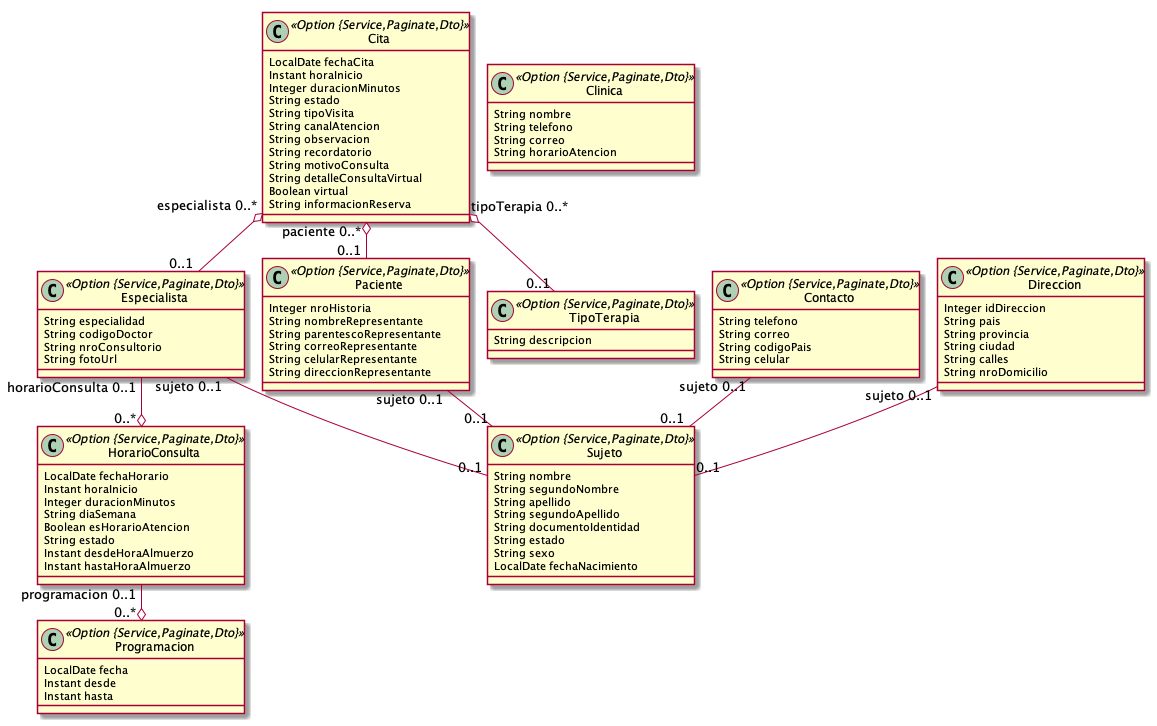
Before: modelado.png, a diagram exported from PlantUML (jayaleonardo/agendamiento).
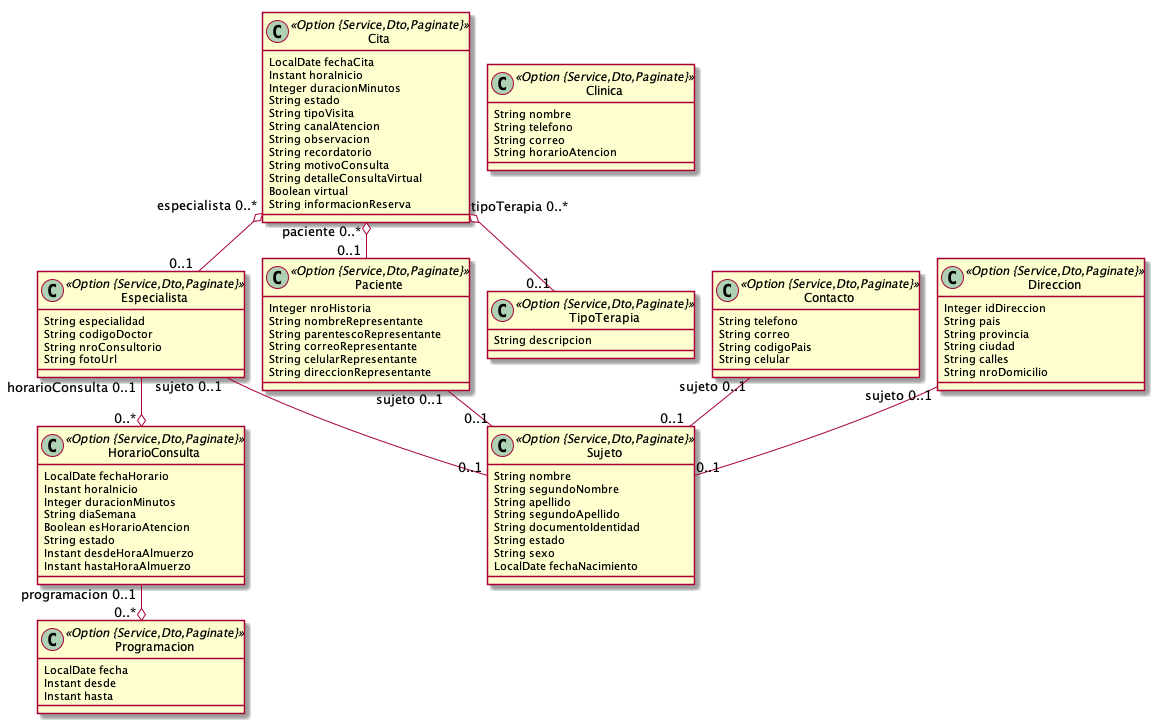
After the commit.

Diff of the diagram source:
```diff
@@ -1,7 +1,7 @@
 @startuml
 	!pragma layout smetana
 	!pragma syntax class
-	class Cita <<Option {Service,Paginate,Dto}>> {
+	class Cita <<Option {Service,Dto,Paginate}>> {
 		LocalDate fechaCita
 		Instant horaInicio
 		Integer duracionMinutos
@@ -15,7 +15,7 @@
 		Boolean virtual
 		String informacionReserva
 	}
-	class Paciente <<Option {Service,Paginate,Dto}>> {
+	class Paciente <<Option {Service,Dto,Paginate}>> {
 		Integer nroHistoria
 		String nombreRepresentante
 		String parentescoRepresentante
@@ -23,7 +23,7 @@
 		String celularRepresentante
 		String direccionRepresentante
 	}
-	class Sujeto <<Option {Service,Paginate,Dto}>> {
+	class Sujeto <<Option {Service,Dto,Paginate}>> {
 		String nombre
 		String segundoNombre
 		String apellido
@@ -33,13 +33,13 @@
 		String sexo
 		LocalDate fechaNacimiento
 	}
-	class Especialista <<Option {Service,Paginate,Dto}>> {
+	class Especialista <<Option {Service,Dto,Paginate}>> {
 		String especialidad
 		String codigoDoctor
 		String nroConsultorio
 		String fotoUrl
 	}
-	class HorarioConsulta <<Option {Service,Paginate,Dto}>> {
+	class HorarioConsulta <<Option {Service,Dto,Paginate}>> {
 		LocalDate fechaHorario
 		Instant horaInicio
 		Integer duracionMinutos
@@ -49,13 +49,13 @@
 		Instant desdeHoraAlmuerzo
 		Instant hastaHoraAlmuerzo
 	}
-	class Contacto <<Option {Service,Paginate,Dto}>> {
+	class Contacto <<Option {Service,Dto,Paginate}>> {
 		String telefono
 		String correo
 		String codigoPais
 		String celular
 	}
-	class Direccion <<Option {Service,Paginate,Dto}>> {
+	class Direccion <<Option {Service,Dto,Paginate}>> {
 		Integer idDireccion
 		String pais
 		String provincia
@@ -63,16 +63,16 @@
 		String calles
 		String nroDomicilio
 	}
-	class Clinica <<Option {Service,Paginate,Dto}>> {
+	class Clinica <<Option {Service,Dto,Paginate}>> {
 		String nombre
 		String telefono
 		String correo
 		String horarioAtencion
 	}
-	class TipoTerapia <<Option {Service,Paginate,Dto}>> {
+	class TipoTerapia <<Option {Service,Dto,Paginate}>> {
 		String descripcion
 	}
-	class Programacion <<Option {Service,Paginate,Dto}>> {
+	class Programacion <<Option {Service,Dto,Paginate}>> {
 		LocalDate fecha
 		Instant desde
 		Instant hasta
```
